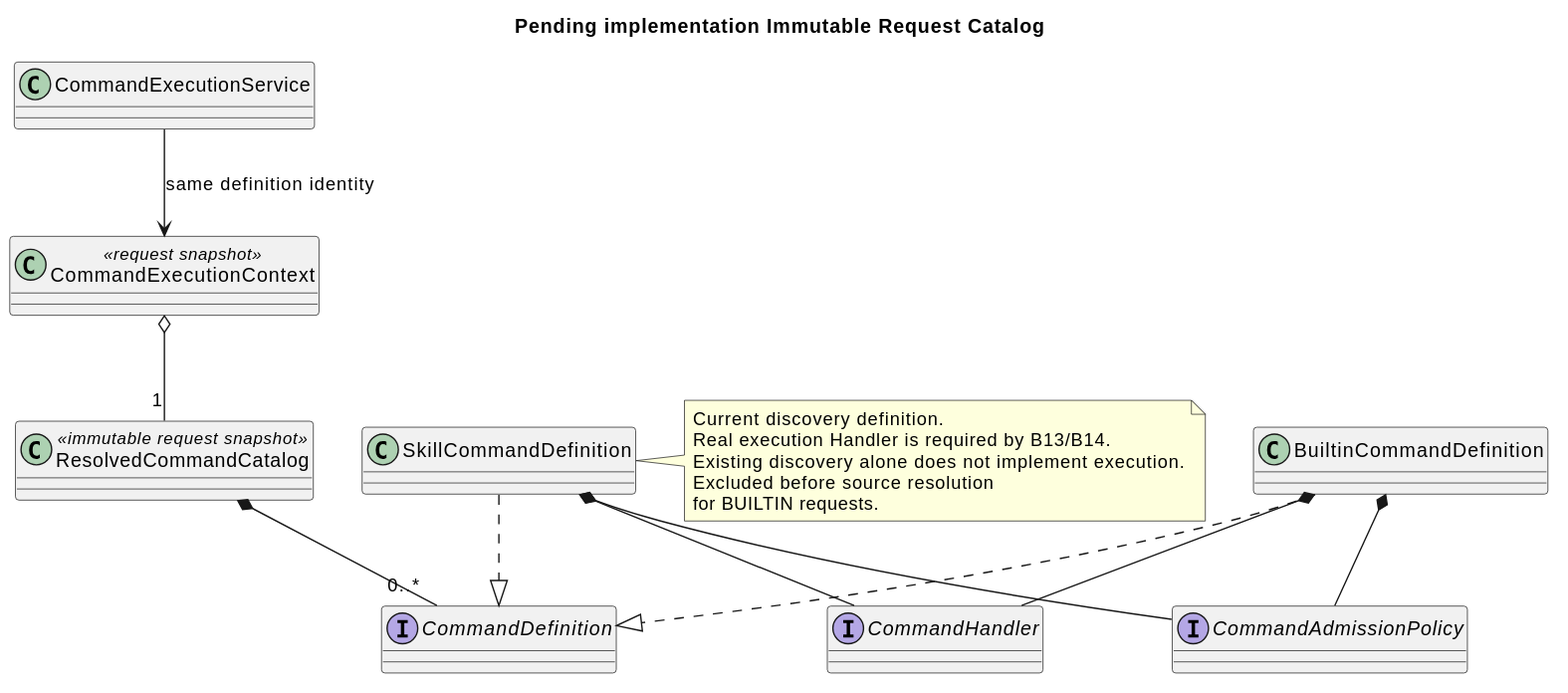
The PlantUML diagram 04-命令与技能/00-Slash-Command通用模块/设计图/target_command_resolution_classes.svg in ssm0808/pi-mono-java-design, before a commit.
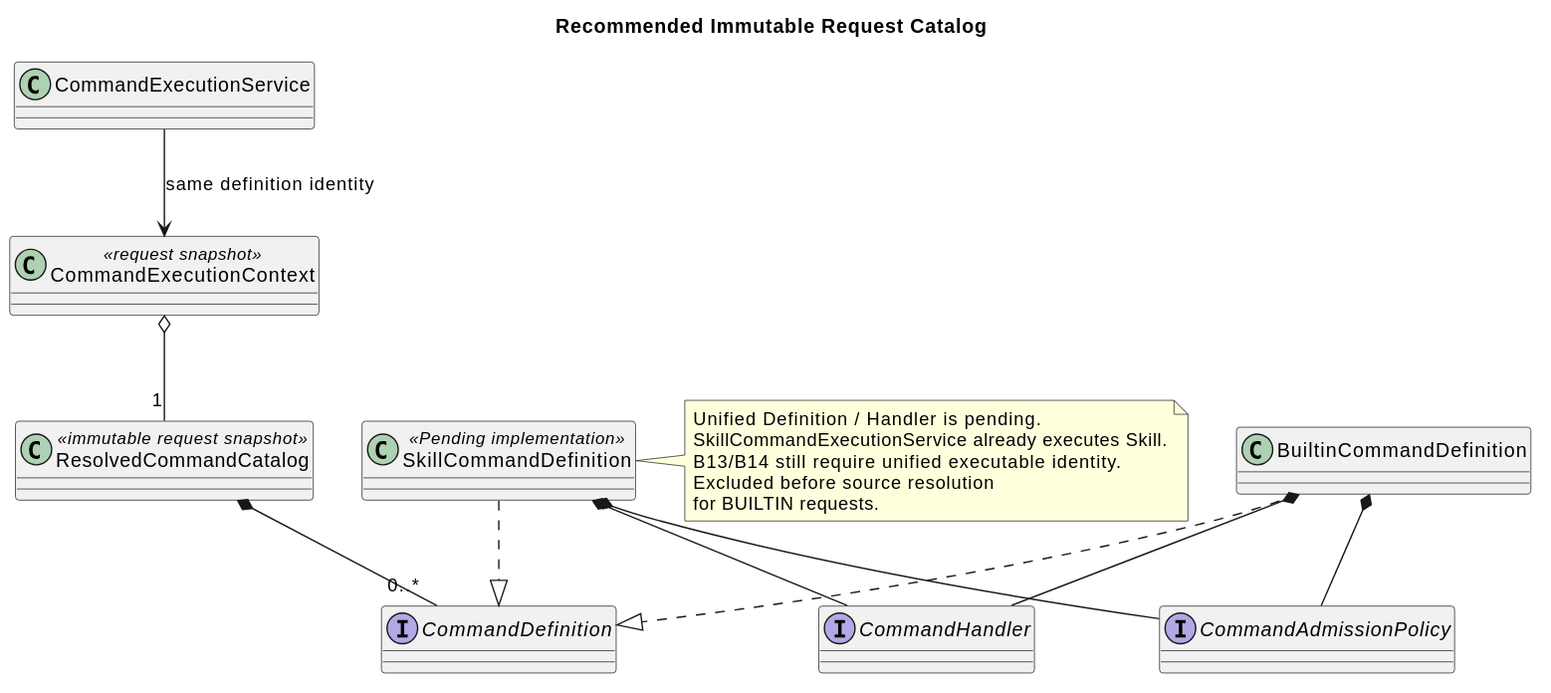
Later version of the same file.

Diff of the diagram source:
```diff
@@ -1,9 +1,9 @@
 @startuml
-title Pending implementation Immutable Request Catalog
+title Recommended Immutable Request Catalog
 skinparam shadowing false
 interface CommandDefinition
 class BuiltinCommandDefinition
-class SkillCommandDefinition
+class SkillCommandDefinition <<Pending implementation>>
 interface CommandHandler
 interface CommandAdmissionPolicy
 class ResolvedCommandCatalog <<immutable request snapshot>>
@@ -19,9 +19,9 @@
 CommandExecutionContext o-- "1" ResolvedCommandCatalog
 CommandExecutionService --> CommandExecutionContext : same definition identity
 note right of SkillCommandDefinition
-Current discovery definition.
-Real execution Handler is required by B13/B14.
-Existing discovery alone does not implement execution.
+Unified Definition / Handler is pending.
+SkillCommandExecutionService already executes Skill.
+B13/B14 still require unified executable identity.
 Excluded before source resolution
 for BUILTIN requests.
 end note
```
